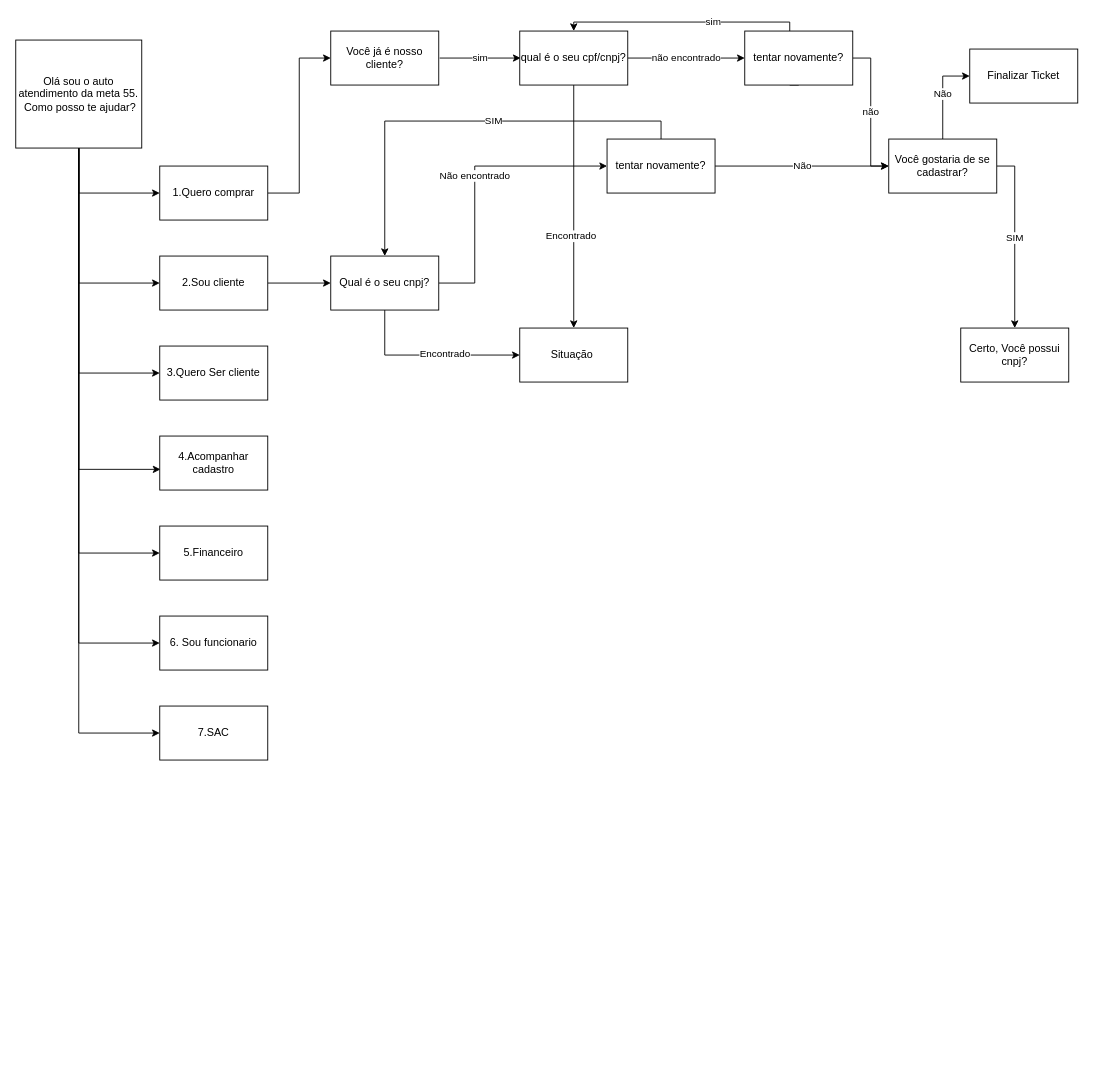
The draw.io diagram Untitled Diagram.drawio in SamuelvLopes/assents, before the edit. Source tidied: cells renumbered, new cells numbered last; positions are measured from the earlier drawing's top-left corner, leaving out a move shared by most shapes. Both pictures are drawn from the tidied source at 90%, with x=0, y=0 at pixel (15, 22).
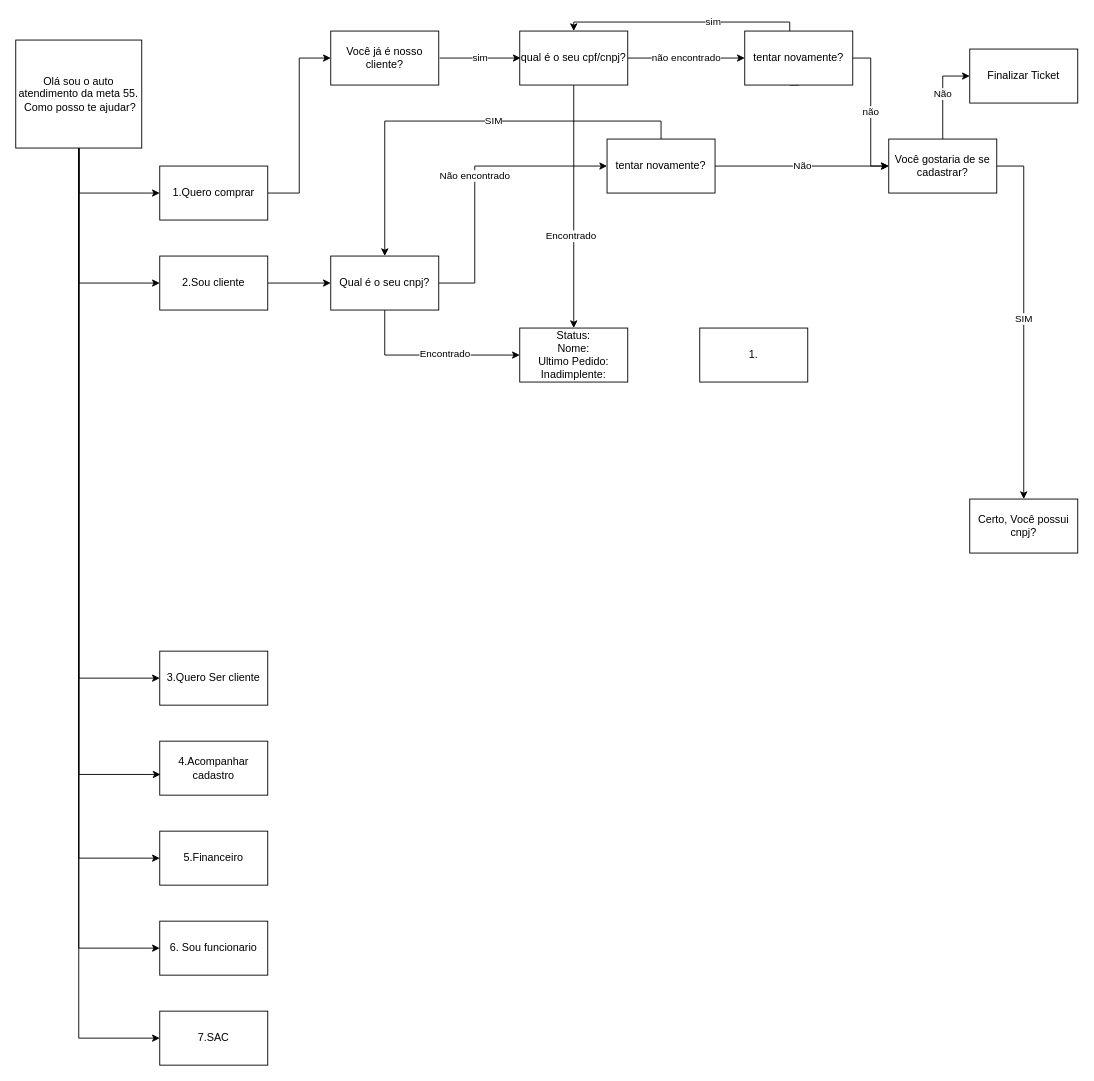
After the change.

Diff of the diagram source:
```diff
@@
     <mxCell id="14" value="3.Quero Ser cliente&lt;br&gt;" style="rounded=0;whiteSpace=wrap;html=1;" parent="1" vertex="1">
-      <mxGeometry x="160" y="360" width="120" height="60" as="geometry" />
+      <mxGeometry x="160" y="699" width="120" height="60" as="geometry" />
     </mxCell>
     <mxCell id="15" value="4.Acompanhar cadastro" style="rounded=0;whiteSpace=wrap;html=1;" parent="1" vertex="1">
-      <mxGeometry x="160" y="460" width="120" height="60" as="geometry" />
+      <mxGeometry x="160" y="799" width="120" height="60" as="geometry" />
     </mxCell>
     <mxCell id="16" value="5.Financeiro" style="rounded=0;whiteSpace=wrap;html=1;" parent="1" vertex="1">
-      <mxGeometry x="160" y="560" width="120" height="60" as="geometry" />
+      <mxGeometry x="160" y="899" width="120" height="60" as="geometry" />
     </mxCell>
     <mxCell id="17" value="6. Sou funcionario" style="rounded=0;whiteSpace=wrap;html=1;" parent="1" vertex="1">
-      <mxGeometry x="160" y="660" width="120" height="60" as="geometry" />
+      <mxGeometry x="160" y="999" width="120" height="60" as="geometry" />
     </mxCell>
     <mxCell id="18" value="7.SAC" style="rounded=0;whiteSpace=wrap;html=1;" parent="1" vertex="1">
-      <mxGeometry x="160" y="760" width="120" height="60" as="geometry" />
+      <mxGeometry x="160" y="1099" width="120" height="60" as="geometry" />
     </mxCell>
@@
     <mxCell id="31" value="Certo, Você possui cnpj?" style="rounded=0;whiteSpace=wrap;html=1;" parent="1" vertex="1">
-      <mxGeometry x="1050" y="340" width="120" height="60" as="geometry" />
+      <mxGeometry x="1060" y="530" width="120" height="60" as="geometry" />
     </mxCell>
@@
-    <mxCell id="41" value="Situação&amp;nbsp;" style="rounded=0;whiteSpace=wrap;html=1;" parent="1" vertex="1">
+    <mxCell id="41" value="Status:&lt;br&gt;Nome:&lt;br&gt;Ultimo Pedido:&lt;br&gt;Inadimplente:" style="rounded=0;whiteSpace=wrap;html=1;" parent="1" vertex="1">
       <mxGeometry x="560" y="340" width="120" height="60" as="geometry" />
     </mxCell>
+    <mxCell id="42" value="1." style="rounded=0;whiteSpace=wrap;html=1;" parent="1" vertex="1">
+      <mxGeometry x="760" y="340" width="120" height="60" as="geometry" />
+    </mxCell>
```
